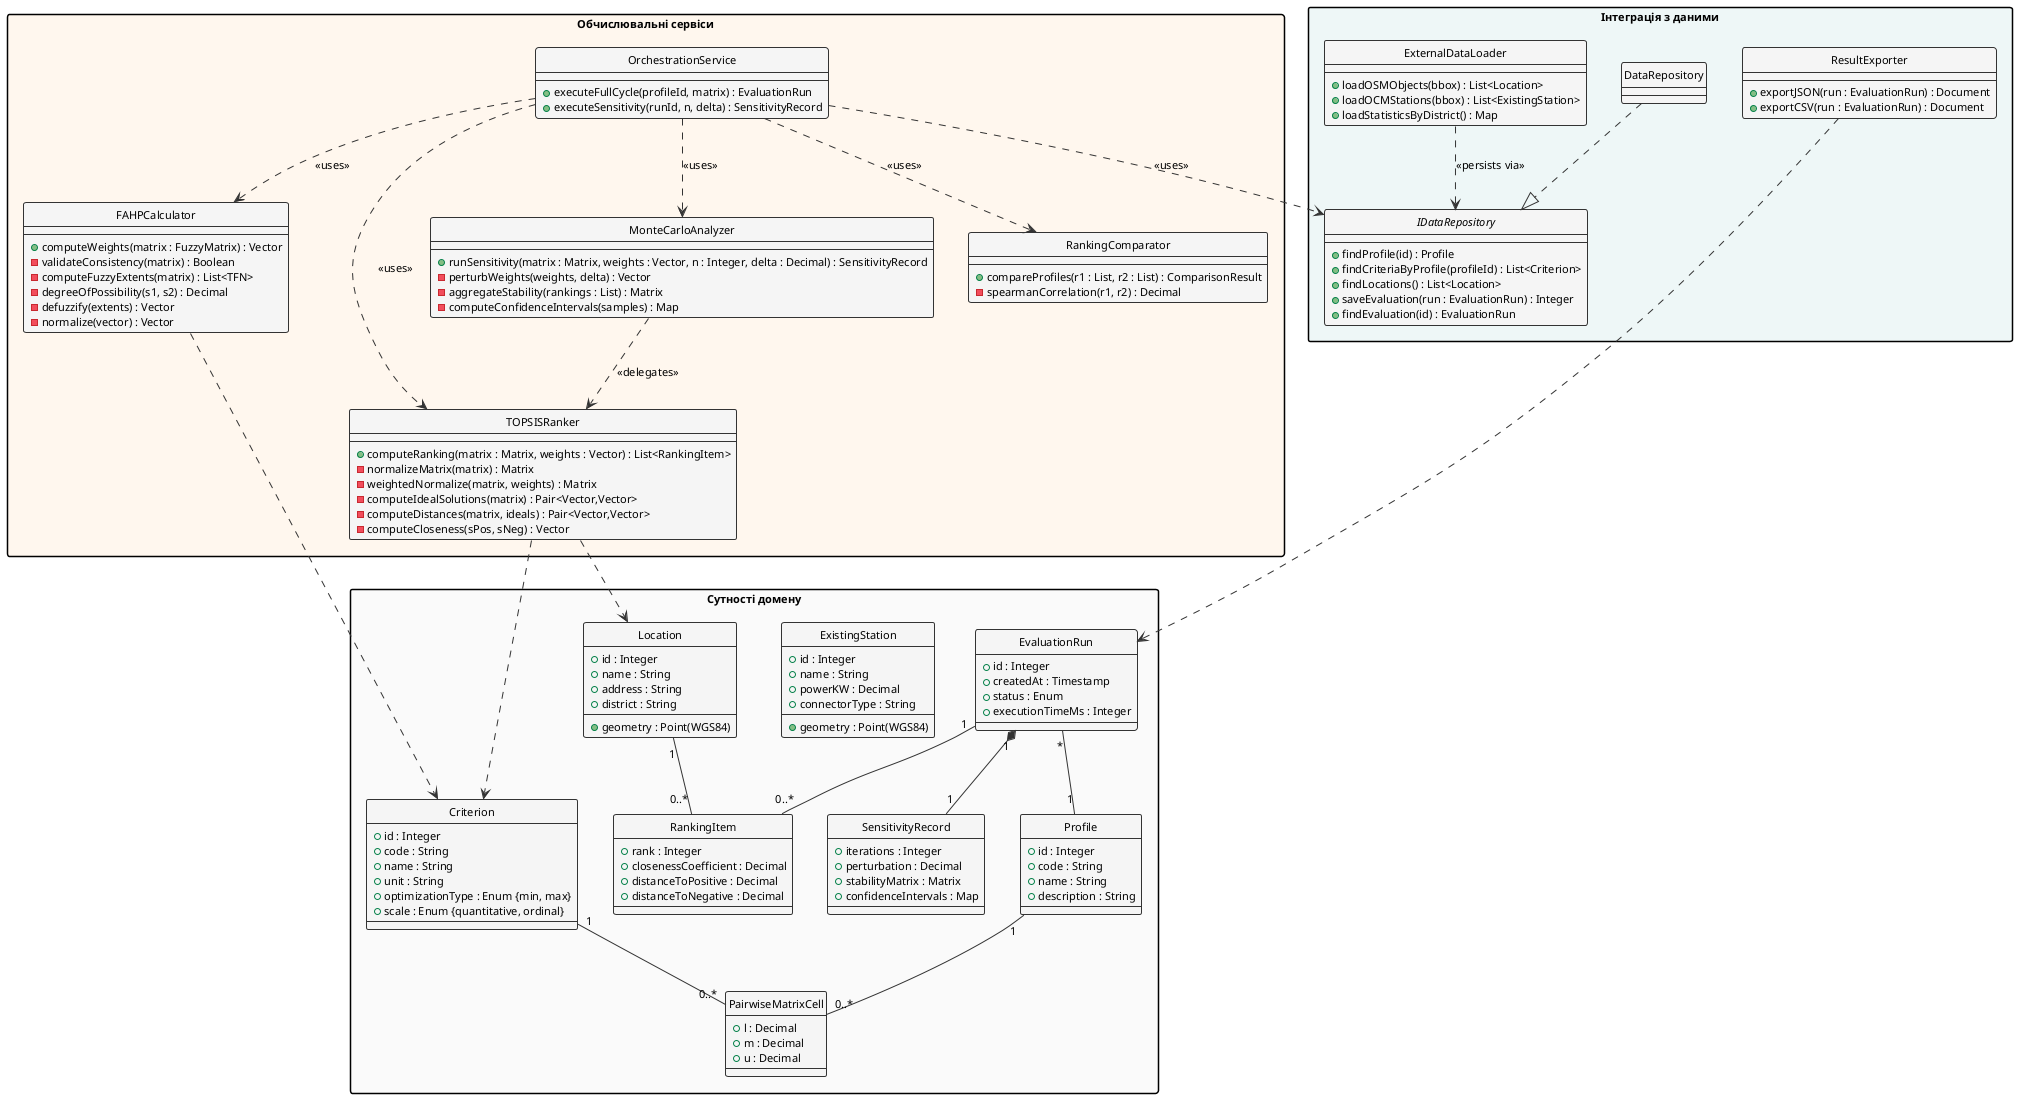
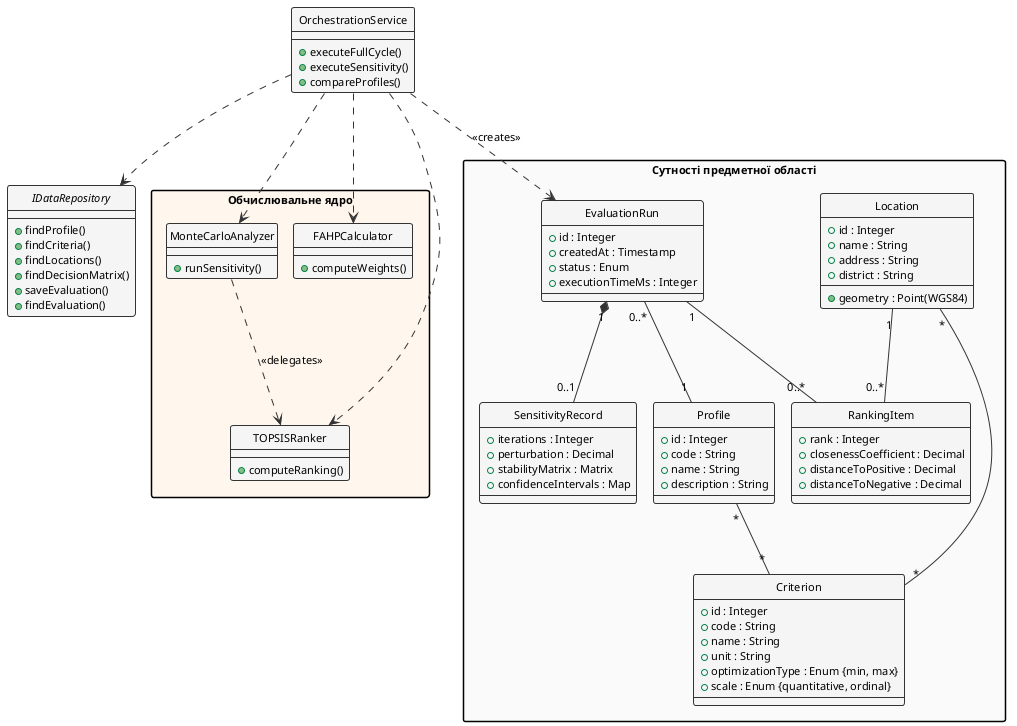
@startuml
' Рис. 2.3. Діаграма класів системи
skinparam shadowing false
skinparam defaultFontName "Times New Roman"
skinparam defaultFontSize 11
skinparam classFontSize 11
+ skinparam nodesep 16
+ skinparam ranksep 70
skinparam class {
    BackgroundColor #f5f5f5
    BorderColor #333333
    BorderThickness 1.0
    ArrowColor #333333
}
skinparam packageStyle rectangle
hide circle

- package "Сутності домену" as DOM #fafafa {
+ class OrchestrationService {
+     + executeFullCycle()
+     + executeSensitivity()
+     + compareProfiles()
+ }
+ 
+ interface IDataRepository {
+     + findProfile()
+     + findCriteria()
+     + findLocations()
+     + findDecisionMatrix()
+     + saveEvaluation()
+     + findEvaluation()
+ }
+ 
+ package "Обчислювальне ядро" as CORE #fff7ee {
+     class FAHPCalculator {
+         + computeWeights()
+     }
+ 
+     class TOPSISRanker {
+         + computeRanking()
+     }
+ 
+     class MonteCarloAnalyzer {
+         + runSensitivity()
+     }
+ }
+ 
+ package "Сутності предметної області" as DOM #fafafa {
    class Profile {
        + id : Integer
        + code : String
        + name : String
        + description : String
    }

    class Criterion {
        + id : Integer
        + code : String
        + name : String
        + unit : String
        + optimizationType : Enum {min, max}
        + scale : Enum {quantitative, ordinal}
    }

-     class PairwiseMatrixCell {
-         + l : Decimal
-         + m : Decimal
-         + u : Decimal
-     }
- 
    class Location {
        + id : Integer
        + name : String
        + address : String
        + district : String
-         + geometry : Point(WGS84)
-     }
- 
-     class ExistingStation {
-         + id : Integer
-         + name : String
-         + powerKW : Decimal
-         + connectorType : String
        + geometry : Point(WGS84)
    }

    class EvaluationRun {
        + id : Integer
        + createdAt : Timestamp
        + status : Enum
        + executionTimeMs : Integer
    }

    class RankingItem {
        + rank : Integer
        + closenessCoefficient : Decimal
        + distanceToPositive : Decimal
        + distanceToNegative : Decimal
    }

    class SensitivityRecord {
        + iterations : Integer
        + perturbation : Decimal
        + stabilityMatrix : Matrix
        + confidenceIntervals : Map
    }
}

- package "Обчислювальні сервіси" as SVC #fff7ee {
-     class FAHPCalculator {
-         + computeWeights(matrix : FuzzyMatrix) : Vector
-         - validateConsistency(matrix) : Boolean
-         - computeFuzzyExtents(matrix) : List<TFN>
-         - degreeOfPossibility(s1, s2) : Decimal
-         - defuzzify(extents) : Vector
-         - normalize(vector) : Vector
-     }
+ ' --- сервіси ---
+ OrchestrationService ..> FAHPCalculator
+ OrchestrationService ..> TOPSISRanker
+ OrchestrationService ..> MonteCarloAnalyzer
+ OrchestrationService ..> IDataRepository
+ OrchestrationService ..> EvaluationRun : <<creates>>
+ MonteCarloAnalyzer ..> TOPSISRanker : <<delegates>>

-     class TOPSISRanker {
-         + computeRanking(matrix : Matrix, weights : Vector) : List<RankingItem>
-         - normalizeMatrix(matrix) : Matrix
-         - weightedNormalize(matrix, weights) : Matrix
-         - computeIdealSolutions(matrix) : Pair<Vector,Vector>
-         - computeDistances(matrix, ideals) : Pair<Vector,Vector>
-         - computeCloseness(sPos, sNeg) : Vector
-     }
- 
-     class MonteCarloAnalyzer {
-         + runSensitivity(matrix : Matrix, weights : Vector, n : Integer, delta : Decimal) : SensitivityRecord
-         - perturbWeights(weights, delta) : Vector
-         - aggregateStability(rankings : List) : Matrix
-         - computeConfidenceIntervals(samples) : Map
-     }
- 
-     class RankingComparator {
-         + compareProfiles(r1 : List, r2 : List) : ComparisonResult
-         - spearmanCorrelation(r1, r2) : Decimal
-     }
- 
-     class OrchestrationService {
-         + executeFullCycle(profileId, matrix) : EvaluationRun
-         + executeSensitivity(runId, n, delta) : SensitivityRecord
-     }
- }
- 
- package "Інтеграція з даними" as INT #eef7f7 {
-     interface IDataRepository {
-         + findProfile(id) : Profile
-         + findCriteriaByProfile(profileId) : List<Criterion>
-         + findLocations() : List<Location>
-         + saveEvaluation(run : EvaluationRun) : Integer
-         + findEvaluation(id) : EvaluationRun
-     }
- 
-     class DataRepository {
-     }
- 
-     class ExternalDataLoader {
-         + loadOSMObjects(bbox) : List<Location>
-         + loadOCMStations(bbox) : List<ExistingStation>
-         + loadStatisticsByDistrict() : Map
-     }
- 
-     class ResultExporter {
-         + exportJSON(run : EvaluationRun) : Document
-         + exportCSV(run : EvaluationRun) : Document
-     }
- }
- 
- Profile "1" -- "0..*" PairwiseMatrixCell
- Criterion "1" -- "0..*" PairwiseMatrixCell
- EvaluationRun "1" *-- "1" SensitivityRecord
+ ' --- зв'язки сутностей предметної області ---
+ Profile "*" -- "*" Criterion
+ Location "*" -- "*" Criterion
+ EvaluationRun "0..*" -- "1" Profile
+ EvaluationRun "1" *-- "0..1" SensitivityRecord
EvaluationRun "1" -- "0..*" RankingItem
Location "1" -- "0..*" RankingItem
- EvaluationRun "*" -- "1" Profile
- 
- OrchestrationService ..> FAHPCalculator : <<uses>>
- OrchestrationService ..> TOPSISRanker : <<uses>>
- OrchestrationService ..> MonteCarloAnalyzer : <<uses>>
- OrchestrationService ..> RankingComparator : <<uses>>
- OrchestrationService ..> IDataRepository : <<uses>>
- 
- MonteCarloAnalyzer ..> TOPSISRanker : <<delegates>>
- 
- DataRepository ..|> IDataRepository
- ExternalDataLoader ..> IDataRepository : <<persists via>>
- 
- FAHPCalculator ..> Criterion
- TOPSISRanker ..> Location
- TOPSISRanker ..> Criterion
- ResultExporter ..> EvaluationRun

@enduml
